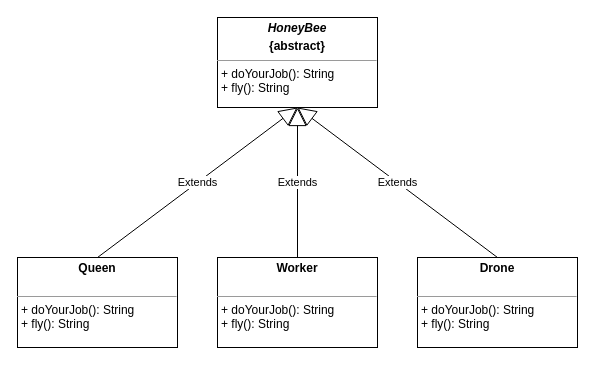
OOP-CC/07a_HoneyBee_Abstract keeps this draw.io diagram as page "HoneyBee_Abstract" (2 of 2) of hb_abstract.drawio. Above is the earlier version. Source tidied: cells renumbered, new cells numbered last; positions are measured from the earlier drawing's top-left corner, leaving out a move shared by most shapes. Both pictures are drawn from the tidied source at 100%, with x=0, y=0 at pixel (17, 17).
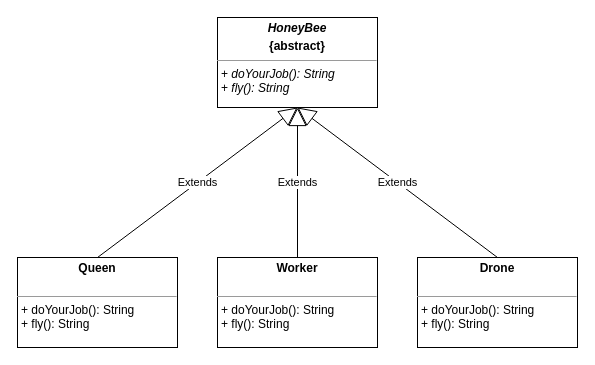
The same diagram, later.

Change to the diagram source:
```diff
@@
 <mxGraphModel>
   <root>
     <mxCell id="0" />
     <mxCell id="1" parent="0" />
-    <mxCell id="2" value="&lt;p style=&quot;margin: 0px ; margin-top: 4px ; text-align: center&quot;&gt;&lt;b&gt;&lt;i&gt;HoneyBee&lt;/i&gt;&lt;/b&gt;&lt;/p&gt;&lt;p style=&quot;margin: 0px ; margin-top: 4px ; text-align: center&quot;&gt;&lt;b&gt;{abstract}&lt;/b&gt;&lt;/p&gt;&lt;hr size=&quot;1&quot;&gt;&lt;p style=&quot;margin: 0px ; margin-left: 4px&quot;&gt;+ doYourJob(): String&lt;/p&gt;&lt;p style=&quot;margin: 0px ; margin-left: 4px&quot;&gt;+ fly(): String&lt;/p&gt;" style="verticalAlign=top;align=left;overflow=fill;fontSize=12;fontFamily=Helvetica;html=1;" parent="1" vertex="1">
+    <mxCell id="2" value="&lt;p style=&quot;margin: 0px ; margin-top: 4px ; text-align: center&quot;&gt;&lt;b&gt;&lt;i&gt;HoneyBee&lt;/i&gt;&lt;/b&gt;&lt;/p&gt;&lt;p style=&quot;margin: 0px ; margin-top: 4px ; text-align: center&quot;&gt;&lt;b&gt;{abstract}&lt;/b&gt;&lt;/p&gt;&lt;hr size=&quot;1&quot;&gt;&lt;p style=&quot;margin: 0px ; margin-left: 4px&quot;&gt;+ &lt;i&gt;doYourJob(): String&lt;/i&gt;&lt;/p&gt;&lt;p style=&quot;margin: 0px ; margin-left: 4px&quot;&gt;+ &lt;i&gt;fly(): String&lt;/i&gt;&lt;/p&gt;" style="verticalAlign=top;align=left;overflow=fill;fontSize=12;fontFamily=Helvetica;html=1;" parent="1" vertex="1">
       <mxGeometry x="200" width="160" height="90" as="geometry" />
     </mxCell>
     <mxCell id="3" value="&lt;p style=&quot;margin: 0px ; margin-top: 4px ; text-align: center&quot;&gt;&lt;b&gt;Queen&lt;/b&gt;&lt;/p&gt;&lt;p style=&quot;margin: 0px ; margin-left: 4px&quot;&gt;&lt;br&gt;&lt;/p&gt;&lt;hr size=&quot;1&quot;&gt;&lt;p style=&quot;margin: 0px ; margin-left: 4px&quot;&gt;+ doYourJob(): String&lt;br&gt;&lt;/p&gt;&lt;p style=&quot;margin: 0px ; margin-left: 4px&quot;&gt;+ fly(): String&lt;br&gt;&lt;/p&gt;" style="verticalAlign=top;align=left;overflow=fill;fontSize=12;fontFamily=Helvetica;html=1;" parent="1" vertex="1">
       <mxGeometry y="240" width="160" height="90" as="geometry" />
     </mxCell>
     <mxCell id="4" value="Extends" style="endArrow=block;endSize=16;endFill=0;html=1;exitX=0.5;exitY=0;exitDx=0;exitDy=0;entryX=0.5;entryY=1;entryDx=0;entryDy=0;" parent="1" edge="1" source="3" target="2">
       <mxGeometry relative="1" as="geometry" />
     </mxCell>
     <mxCell id="5" value="&lt;p style=&quot;margin: 0px ; margin-top: 4px ; text-align: center&quot;&gt;&lt;b&gt;Worker&lt;/b&gt;&lt;/p&gt;&lt;p style=&quot;margin: 0px ; margin-left: 4px&quot;&gt;&lt;br&gt;&lt;/p&gt;&lt;hr size=&quot;1&quot;&gt;&lt;p style=&quot;margin: 0px ; margin-left: 4px&quot;&gt;+ doYourJob(): String&lt;br&gt;&lt;/p&gt;&lt;p style=&quot;margin: 0px ; margin-left: 4px&quot;&gt;+ fly(): String&lt;br&gt;&lt;/p&gt;" style="verticalAlign=top;align=left;overflow=fill;fontSize=12;fontFamily=Helvetica;html=1;" parent="1" vertex="1">
       <mxGeometry x="200" y="240" width="160" height="90" as="geometry" />
     </mxCell>
     <mxCell id="6" value="&lt;p style=&quot;margin: 0px ; margin-top: 4px ; text-align: center&quot;&gt;&lt;b&gt;Drone&lt;/b&gt;&lt;/p&gt;&lt;p style=&quot;margin: 0px ; margin-left: 4px&quot;&gt;&lt;br&gt;&lt;/p&gt;&lt;hr size=&quot;1&quot;&gt;&lt;p style=&quot;margin: 0px ; margin-left: 4px&quot;&gt;+ doYourJob(): String&lt;br&gt;&lt;/p&gt;&lt;p style=&quot;margin: 0px ; margin-left: 4px&quot;&gt;+ fly(): String&lt;br&gt;&lt;/p&gt;" style="verticalAlign=top;align=left;overflow=fill;fontSize=12;fontFamily=Helvetica;html=1;" parent="1" vertex="1">
       <mxGeometry x="400" y="240" width="160" height="90" as="geometry" />
     </mxCell>
     <mxCell id="7" value="Extends" style="endArrow=block;endSize=16;endFill=0;html=1;exitX=0.5;exitY=0;exitDx=0;exitDy=0;entryX=0.5;entryY=1;entryDx=0;entryDy=0;" parent="1" edge="1" source="5" target="2">
       <mxGeometry relative="1" as="geometry" />
     </mxCell>
     <mxCell id="8" value="Extends" style="endArrow=block;endSize=16;endFill=0;html=1;exitX=0.5;exitY=0;exitDx=0;exitDy=0;entryX=0.5;entryY=1;entryDx=0;entryDy=0;" parent="1" edge="1" source="6" target="2">
       <mxGeometry relative="1" as="geometry" />
     </mxCell>
   </root>
 </mxGraphModel>
```
